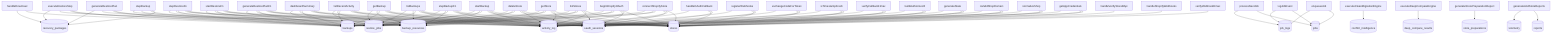
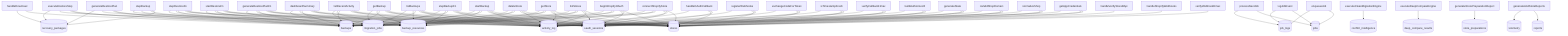
graph TD
  stepBackup["stepBackup"] --> recovery_packagesDB[("recovery_packages")]
  stepBackup["stepBackup"] --> backupsDB[("backups")]
  stepBackup["stepBackup"] --> backup_resourcesDB[("backup_resources")]
  stepBackup["stepBackup"] --> activity_logDB[("activity_log")]
  handleDownload["handleDownload"] --> backupsDB[("backups")]
  handleDownload["handleDownload"] --> recovery_packagesDB[("recovery_packages")]
  generateRestorePlan["generateRestorePlan"] --> backupsDB[("backups")]
-   generateRestorePlan["generateRestorePlan"] --> restore_jobsDB[("restore_jobs")]
+   generateRestorePlan["generateRestorePlan"] --> migration_jobsDB[("migration_jobs")]
  generateRestorePlan["generateRestorePlan"] --> activity_logDB[("activity_log")]
  generateRestorePlan["generateRestorePlan"] --> recovery_packagesDB[("recovery_packages")]
  executeRestoreStep["executeRestoreStep"] --> backupsDB[("backups")]
-   executeRestoreStep["executeRestoreStep"] --> restore_jobsDB[("restore_jobs")]
+   executeRestoreStep["executeRestoreStep"] --> migration_jobsDB[("migration_jobs")]
  executeRestoreStep["executeRestoreStep"] --> activity_logDB[("activity_log")]
  executeRestoreStep["executeRestoreStep"] --> recovery_packagesDB[("recovery_packages")]
  enqueueJob["enqueueJob"] --> jobsDB[("jobs")]
  enqueueJob["enqueueJob"] --> job_logsDB[("job_logs")]
  logJobEvent["logJobEvent"] --> jobsDB[("jobs")]
  logJobEvent["logJobEvent"] --> job_logsDB[("job_logs")]
  processNextJob["processNextJob"] --> jobsDB[("jobs")]
  processNextJob["processNextJob"] --> job_logsDB[("job_logs")]
  executeCleanMigrationEngine["executeCleanMigrationEngine"] --> conflict_intelligenceDB[("conflict_intelligence")]
  executeDeepCompareEngine["executeDeepCompareEngine"] --> deep_compare_resultsDB[("deep_compare_results")]
  generateStorePreparationReport["generateStorePreparationReport"] --> store_preparationsDB[("store_preparations")]
  generateAndStoreReports["generateAndStoreReports"] --> reportsDB[("reports")]
  generateAndStoreReports["generateAndStoreReports"] --> telemetryDB[("telemetry")]
  getAppCredentials["getAppCredentials"] --> oauth_sessionsDB[("oauth_sessions")]
  getAppCredentials["getAppCredentials"] --> storesDB[("stores")]
  getAppCredentials["getAppCredentials"] --> activity_logDB[("activity_log")]
  normalizeShop["normalizeShop"] --> oauth_sessionsDB[("oauth_sessions")]
  normalizeShop["normalizeShop"] --> storesDB[("stores")]
  normalizeShop["normalizeShop"] --> activity_logDB[("activity_log")]
  isValidShopDomain["isValidShopDomain"] --> oauth_sessionsDB[("oauth_sessions")]
  isValidShopDomain["isValidShopDomain"] --> storesDB[("stores")]
  isValidShopDomain["isValidShopDomain"] --> activity_logDB[("activity_log")]
  generateState["generateState"] --> oauth_sessionsDB[("oauth_sessions")]
  generateState["generateState"] --> storesDB[("stores")]
  generateState["generateState"] --> activity_logDB[("activity_log")]
  buildAuthorizeUrl["buildAuthorizeUrl"] --> oauth_sessionsDB[("oauth_sessions")]
  buildAuthorizeUrl["buildAuthorizeUrl"] --> storesDB[("stores")]
  buildAuthorizeUrl["buildAuthorizeUrl"] --> activity_logDB[("activity_log")]
  verifyCallbackHmac["verifyCallbackHmac"] --> oauth_sessionsDB[("oauth_sessions")]
  verifyCallbackHmac["verifyCallbackHmac"] --> storesDB[("stores")]
  verifyCallbackHmac["verifyCallbackHmac"] --> activity_logDB[("activity_log")]
  isTimestampFresh["isTimestampFresh"] --> oauth_sessionsDB[("oauth_sessions")]
  isTimestampFresh["isTimestampFresh"] --> storesDB[("stores")]
  isTimestampFresh["isTimestampFresh"] --> activity_logDB[("activity_log")]
  exchangeCodeForToken["exchangeCodeForToken"] --> oauth_sessionsDB[("oauth_sessions")]
  exchangeCodeForToken["exchangeCodeForToken"] --> storesDB[("stores")]
  exchangeCodeForToken["exchangeCodeForToken"] --> activity_logDB[("activity_log")]
  registerWebhooks["registerWebhooks"] --> oauth_sessionsDB[("oauth_sessions")]
  registerWebhooks["registerWebhooks"] --> storesDB[("stores")]
  registerWebhooks["registerWebhooks"] --> activity_logDB[("activity_log")]
  handleOAuthCallback["handleOAuthCallback"] --> oauth_sessionsDB[("oauth_sessions")]
  handleOAuthCallback["handleOAuthCallback"] --> storesDB[("stores")]
  handleOAuthCallback["handleOAuthCallback"] --> activity_logDB[("activity_log")]
  verifyWebhookHmac["verifyWebhookHmac"] --> storesDB[("stores")]
  handleShopifyWebhooks["handleShopifyWebhooks"] --> storesDB[("stores")]
  connectShopifyStore["connectShopifyStore"] --> storesDB[("stores")]
  connectShopifyStore["connectShopifyStore"] --> activity_logDB[("activity_log")]
  connectShopifyStore["connectShopifyStore"] --> oauth_sessionsDB[("oauth_sessions")]
  connectShopifyStore["connectShopifyStore"] --> backupsDB[("backups")]
  connectShopifyStore["connectShopifyStore"] --> backup_resourcesDB[("backup_resources")]
-   connectShopifyStore["connectShopifyStore"] --> restore_jobsDB[("restore_jobs")]
+   connectShopifyStore["connectShopifyStore"] --> migration_jobsDB[("migration_jobs")]
  beginShopifyOAuth["beginShopifyOAuth"] --> storesDB[("stores")]
  beginShopifyOAuth["beginShopifyOAuth"] --> activity_logDB[("activity_log")]
  beginShopifyOAuth["beginShopifyOAuth"] --> oauth_sessionsDB[("oauth_sessions")]
  beginShopifyOAuth["beginShopifyOAuth"] --> backupsDB[("backups")]
  beginShopifyOAuth["beginShopifyOAuth"] --> backup_resourcesDB[("backup_resources")]
-   beginShopifyOAuth["beginShopifyOAuth"] --> restore_jobsDB[("restore_jobs")]
+   beginShopifyOAuth["beginShopifyOAuth"] --> migration_jobsDB[("migration_jobs")]
  listStores["listStores"] --> storesDB[("stores")]
  listStores["listStores"] --> activity_logDB[("activity_log")]
  listStores["listStores"] --> oauth_sessionsDB[("oauth_sessions")]
  listStores["listStores"] --> backupsDB[("backups")]
  listStores["listStores"] --> backup_resourcesDB[("backup_resources")]
-   listStores["listStores"] --> restore_jobsDB[("restore_jobs")]
+   listStores["listStores"] --> migration_jobsDB[("migration_jobs")]
  getStore["getStore"] --> storesDB[("stores")]
  getStore["getStore"] --> activity_logDB[("activity_log")]
  getStore["getStore"] --> oauth_sessionsDB[("oauth_sessions")]
  getStore["getStore"] --> backupsDB[("backups")]
  getStore["getStore"] --> backup_resourcesDB[("backup_resources")]
-   getStore["getStore"] --> restore_jobsDB[("restore_jobs")]
+   getStore["getStore"] --> migration_jobsDB[("migration_jobs")]
  deleteStore["deleteStore"] --> storesDB[("stores")]
  deleteStore["deleteStore"] --> activity_logDB[("activity_log")]
  deleteStore["deleteStore"] --> oauth_sessionsDB[("oauth_sessions")]
  deleteStore["deleteStore"] --> backupsDB[("backups")]
  deleteStore["deleteStore"] --> backup_resourcesDB[("backup_resources")]
-   deleteStore["deleteStore"] --> restore_jobsDB[("restore_jobs")]
+   deleteStore["deleteStore"] --> migration_jobsDB[("migration_jobs")]
  startBackup["startBackup"] --> storesDB[("stores")]
  startBackup["startBackup"] --> activity_logDB[("activity_log")]
  startBackup["startBackup"] --> oauth_sessionsDB[("oauth_sessions")]
  startBackup["startBackup"] --> backupsDB[("backups")]
  startBackup["startBackup"] --> backup_resourcesDB[("backup_resources")]
-   startBackup["startBackup"] --> restore_jobsDB[("restore_jobs")]
+   startBackup["startBackup"] --> migration_jobsDB[("migration_jobs")]
  stepBackupFn["stepBackupFn"] --> storesDB[("stores")]
  stepBackupFn["stepBackupFn"] --> activity_logDB[("activity_log")]
  stepBackupFn["stepBackupFn"] --> oauth_sessionsDB[("oauth_sessions")]
  stepBackupFn["stepBackupFn"] --> backupsDB[("backups")]
  stepBackupFn["stepBackupFn"] --> backup_resourcesDB[("backup_resources")]
-   stepBackupFn["stepBackupFn"] --> restore_jobsDB[("restore_jobs")]
+   stepBackupFn["stepBackupFn"] --> migration_jobsDB[("migration_jobs")]
  listBackups["listBackups"] --> storesDB[("stores")]
  listBackups["listBackups"] --> activity_logDB[("activity_log")]
  listBackups["listBackups"] --> oauth_sessionsDB[("oauth_sessions")]
  listBackups["listBackups"] --> backupsDB[("backups")]
  listBackups["listBackups"] --> backup_resourcesDB[("backup_resources")]
-   listBackups["listBackups"] --> restore_jobsDB[("restore_jobs")]
+   listBackups["listBackups"] --> migration_jobsDB[("migration_jobs")]
  getBackup["getBackup"] --> storesDB[("stores")]
  getBackup["getBackup"] --> activity_logDB[("activity_log")]
  getBackup["getBackup"] --> oauth_sessionsDB[("oauth_sessions")]
  getBackup["getBackup"] --> backupsDB[("backups")]
  getBackup["getBackup"] --> backup_resourcesDB[("backup_resources")]
-   getBackup["getBackup"] --> restore_jobsDB[("restore_jobs")]
+   getBackup["getBackup"] --> migration_jobsDB[("migration_jobs")]
  listRecentActivity["listRecentActivity"] --> storesDB[("stores")]
  listRecentActivity["listRecentActivity"] --> activity_logDB[("activity_log")]
  listRecentActivity["listRecentActivity"] --> oauth_sessionsDB[("oauth_sessions")]
  listRecentActivity["listRecentActivity"] --> backupsDB[("backups")]
  listRecentActivity["listRecentActivity"] --> backup_resourcesDB[("backup_resources")]
-   listRecentActivity["listRecentActivity"] --> restore_jobsDB[("restore_jobs")]
+   listRecentActivity["listRecentActivity"] --> migration_jobsDB[("migration_jobs")]
  dashboardSummary["dashboardSummary"] --> storesDB[("stores")]
  dashboardSummary["dashboardSummary"] --> activity_logDB[("activity_log")]
  dashboardSummary["dashboardSummary"] --> oauth_sessionsDB[("oauth_sessions")]
  dashboardSummary["dashboardSummary"] --> backupsDB[("backups")]
  dashboardSummary["dashboardSummary"] --> backup_resourcesDB[("backup_resources")]
-   dashboardSummary["dashboardSummary"] --> restore_jobsDB[("restore_jobs")]
+   dashboardSummary["dashboardSummary"] --> migration_jobsDB[("migration_jobs")]
  generateRestorePlanFn["generateRestorePlanFn"] --> storesDB[("stores")]
  generateRestorePlanFn["generateRestorePlanFn"] --> activity_logDB[("activity_log")]
  generateRestorePlanFn["generateRestorePlanFn"] --> oauth_sessionsDB[("oauth_sessions")]
  generateRestorePlanFn["generateRestorePlanFn"] --> backupsDB[("backups")]
  generateRestorePlanFn["generateRestorePlanFn"] --> backup_resourcesDB[("backup_resources")]
-   generateRestorePlanFn["generateRestorePlanFn"] --> restore_jobsDB[("restore_jobs")]
+   generateRestorePlanFn["generateRestorePlanFn"] --> migration_jobsDB[("migration_jobs")]
  startRestoreFn["startRestoreFn"] --> storesDB[("stores")]
  startRestoreFn["startRestoreFn"] --> activity_logDB[("activity_log")]
  startRestoreFn["startRestoreFn"] --> oauth_sessionsDB[("oauth_sessions")]
  startRestoreFn["startRestoreFn"] --> backupsDB[("backups")]
  startRestoreFn["startRestoreFn"] --> backup_resourcesDB[("backup_resources")]
-   startRestoreFn["startRestoreFn"] --> restore_jobsDB[("restore_jobs")]
+   startRestoreFn["startRestoreFn"] --> migration_jobsDB[("migration_jobs")]
  stepRestoreFn["stepRestoreFn"] --> storesDB[("stores")]
  stepRestoreFn["stepRestoreFn"] --> activity_logDB[("activity_log")]
  stepRestoreFn["stepRestoreFn"] --> oauth_sessionsDB[("oauth_sessions")]
  stepRestoreFn["stepRestoreFn"] --> backupsDB[("backups")]
  stepRestoreFn["stepRestoreFn"] --> backup_resourcesDB[("backup_resources")]
-   stepRestoreFn["stepRestoreFn"] --> restore_jobsDB[("restore_jobs")]
+   stepRestoreFn["stepRestoreFn"] --> migration_jobsDB[("migration_jobs")]
  handleVerifyStoreBApi["handleVerifyStoreBApi"] --> storesDB[("stores")]
